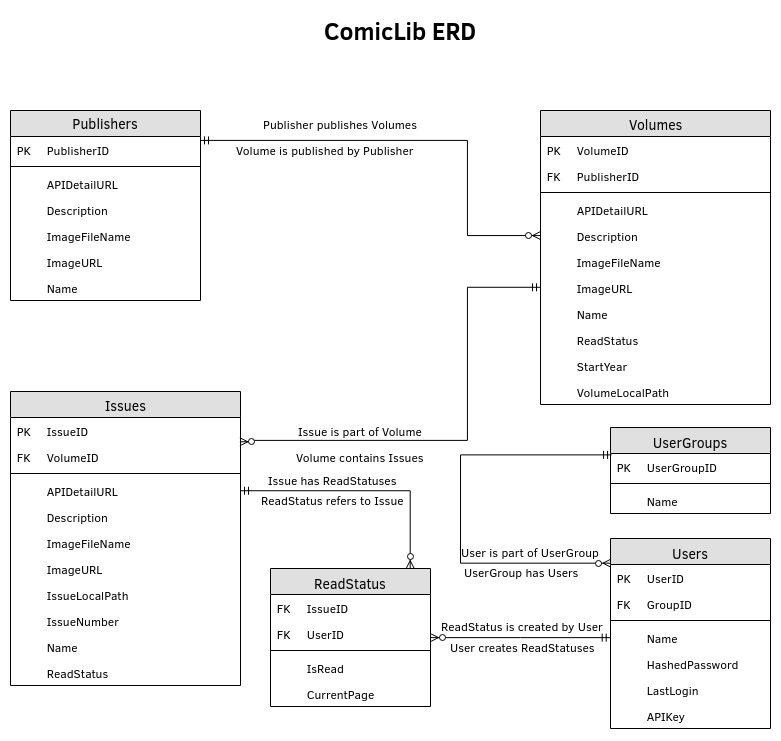
Above: Documentation/ERD.png in ahahn94/ComicLib (draw.io), before the change. Source tidied: cells renumbered, new cells last; positions are measured from the earlier drawing's top-left corner, leaving out a move shared by most shapes.
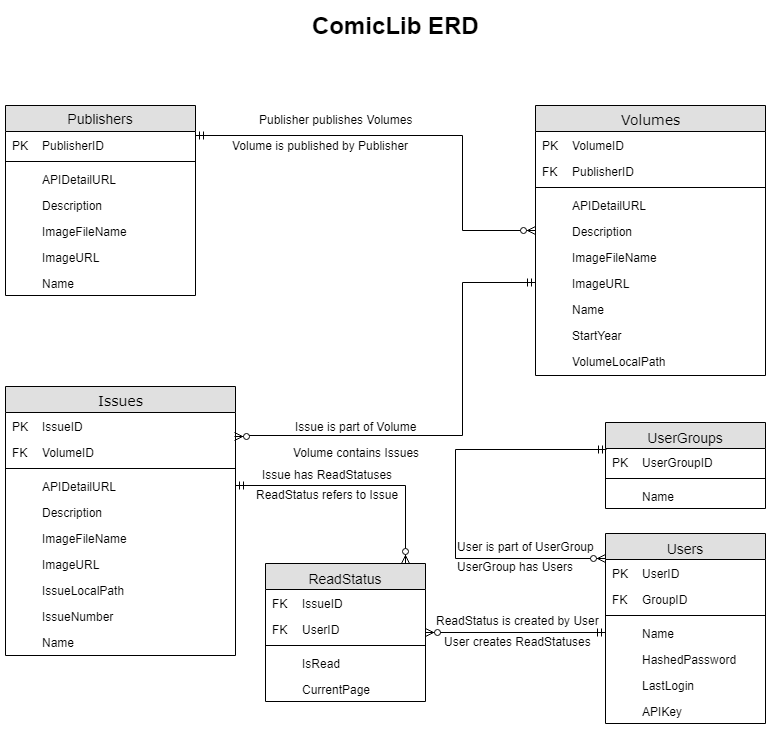
After the commit.

Commit message:
Fix ReadStatus In ERD

Fix the ReadStatus in the ERD. The Issues and Volumes tables still contained a ReadStatus
field, which should have been removed as the ReadStatus was moved to a
separate table.

What changed in the source:
```diff
@@ -3,7 +3,7 @@
     <mxCell id="0" />
     <mxCell id="1" parent="0" />
     <mxCell id="2" value="Volumes" style="swimlane;html=1;fontStyle=0;horizontal=1;startSize=26;fillColor=#e0e0e0;swimlaneFillColor=#ffffff;align=center;rounded=0;shadow=0;comic=0;labelBackgroundColor=none;strokeColor=#000000;strokeWidth=1;fontFamily=Verdana;fontSize=14;fontColor=#000000;" parent="1" vertex="1">
-      <mxGeometry x="530" y="100" width="230" height="294" as="geometry" />
+      <mxGeometry x="530" y="100" width="230" height="270" as="geometry" />
     </mxCell>
     <mxCell id="3" value="VolumeID" style="shape=partialRectangle;top=0;left=0;right=0;bottom=0;fillColor=none;align=left;verticalAlign=top;fillColor=none;spacingLeft=34;spacingRight=4;overflow=hidden;fontSize=12;" parent="2" vertex="1">
       <mxGeometry y="26" width="230" height="26" as="geometry" />
@@ -50,20 +50,14 @@
     <mxCell id="17" style="shape=partialRectangle;top=0;left=0;bottom=0;right=0;fillColor=none;align=left;verticalAlign=top;spacingLeft=4;spacingRight=4;overflow=hidden;fontSize=12;" parent="16" vertex="1">
       <mxGeometry width="30" height="26" as="geometry" />
     </mxCell>
-    <mxCell id="18" value="ReadStatus" style="shape=partialRectangle;top=0;left=0;right=0;bottom=0;align=left;verticalAlign=top;fillColor=none;spacingLeft=34;spacingRight=4;overflow=hidden;fontSize=12;" parent="2" vertex="1">
-      <mxGeometry y="216" width="230" height="26" as="geometry" />
-    </mxCell>
-    <mxCell id="19" style="shape=partialRectangle;top=0;left=0;bottom=0;right=0;fillColor=none;align=left;verticalAlign=top;spacingLeft=4;spacingRight=4;overflow=hidden;fontSize=12;" parent="18" vertex="1">
-      <mxGeometry width="30" height="26" as="geometry" />
-    </mxCell>
     <mxCell id="20" value="StartYear" style="shape=partialRectangle;top=0;left=0;right=0;bottom=0;align=left;verticalAlign=top;fillColor=none;spacingLeft=34;spacingRight=4;overflow=hidden;fontSize=12;" parent="2" vertex="1">
-      <mxGeometry y="242" width="230" height="26" as="geometry" />
+      <mxGeometry y="216" width="230" height="26" as="geometry" />
     </mxCell>
     <mxCell id="21" style="shape=partialRectangle;top=0;left=0;bottom=0;right=0;fillColor=none;align=left;verticalAlign=top;spacingLeft=4;spacingRight=4;overflow=hidden;fontSize=12;" parent="20" vertex="1">
       <mxGeometry width="30" height="26" as="geometry" />
     </mxCell>
     <mxCell id="22" value="VolumeLocalPath" style="shape=partialRectangle;top=0;left=0;right=0;bottom=0;align=left;verticalAlign=top;fillColor=none;spacingLeft=34;spacingRight=4;overflow=hidden;fontSize=12;" parent="2" vertex="1">
-      <mxGeometry y="268" width="230" height="26" as="geometry" />
+      <mxGeometry y="242" width="230" height="26" as="geometry" />
     </mxCell>
     <mxCell id="23" style="shape=partialRectangle;top=0;left=0;bottom=0;right=0;fillColor=none;align=left;verticalAlign=top;spacingLeft=4;spacingRight=4;overflow=hidden;fontSize=12;" parent="22" vertex="1">
       <mxGeometry width="30" height="26" as="geometry" />
@@ -129,7 +123,7 @@
       <mxGeometry width="30" height="26" as="geometry" />
     </mxCell>
     <mxCell id="41" value="Issues" style="swimlane;html=1;fontStyle=0;horizontal=1;startSize=26;fillColor=#e0e0e0;swimlaneFillColor=#ffffff;align=center;rounded=0;shadow=0;comic=0;labelBackgroundColor=none;strokeColor=#000000;strokeWidth=1;fontFamily=Verdana;fontSize=14;fontColor=#000000;" parent="1" vertex="1">
-      <mxGeometry y="381" width="230" height="294" as="geometry" />
+      <mxGeometry y="381" width="230" height="269" as="geometry" />
     </mxCell>
     <mxCell id="42" value="IssueID" style="shape=partialRectangle;top=0;left=0;right=0;bottom=0;fillColor=none;align=left;verticalAlign=top;fillColor=none;spacingLeft=34;spacingRight=4;overflow=hidden;points=[[0,0.5],[1,0.5]];portConstraint=eastwest;fontSize=12;" parent="41" vertex="1">
       <mxGeometry y="26" width="230" height="26" as="geometry" />
@@ -188,12 +182,6 @@
     <mxCell id="60" style="shape=partialRectangle;top=0;left=0;bottom=0;right=0;fillColor=none;align=left;verticalAlign=top;spacingLeft=4;spacingRight=4;overflow=hidden;fontSize=12;" parent="59" vertex="1">
       <mxGeometry width="30" height="26" as="geometry" />
     </mxCell>
-    <mxCell id="61" value="ReadStatus" style="shape=partialRectangle;top=0;left=0;right=0;bottom=0;align=left;verticalAlign=top;fillColor=none;spacingLeft=34;spacingRight=4;overflow=hidden;fontSize=12;" parent="41" vertex="1">
-      <mxGeometry y="268" width="230" height="26" as="geometry" />
-    </mxCell>
-    <mxCell id="62" style="shape=partialRectangle;top=0;left=0;bottom=0;right=0;fillColor=none;align=left;verticalAlign=top;spacingLeft=4;spacingRight=4;overflow=hidden;fontSize=12;" parent="61" vertex="1">
-      <mxGeometry width="30" height="26" as="geometry" />
-    </mxCell>
     <mxCell id="63" style="edgeStyle=orthogonalEdgeStyle;rounded=0;jettySize=auto;html=1;entryX=0;entryY=0.5;entryDx=0;entryDy=0;startArrow=ERzeroToMany;startFill=1;endArrow=ERmandOne;endFill=0;exitX=0.996;exitY=0.923;exitDx=0;exitDy=0;exitPerimeter=0;" parent="1" edge="1" source="42" target="14">
       <mxGeometry relative="1" as="geometry">
         <Array as="points">
```
